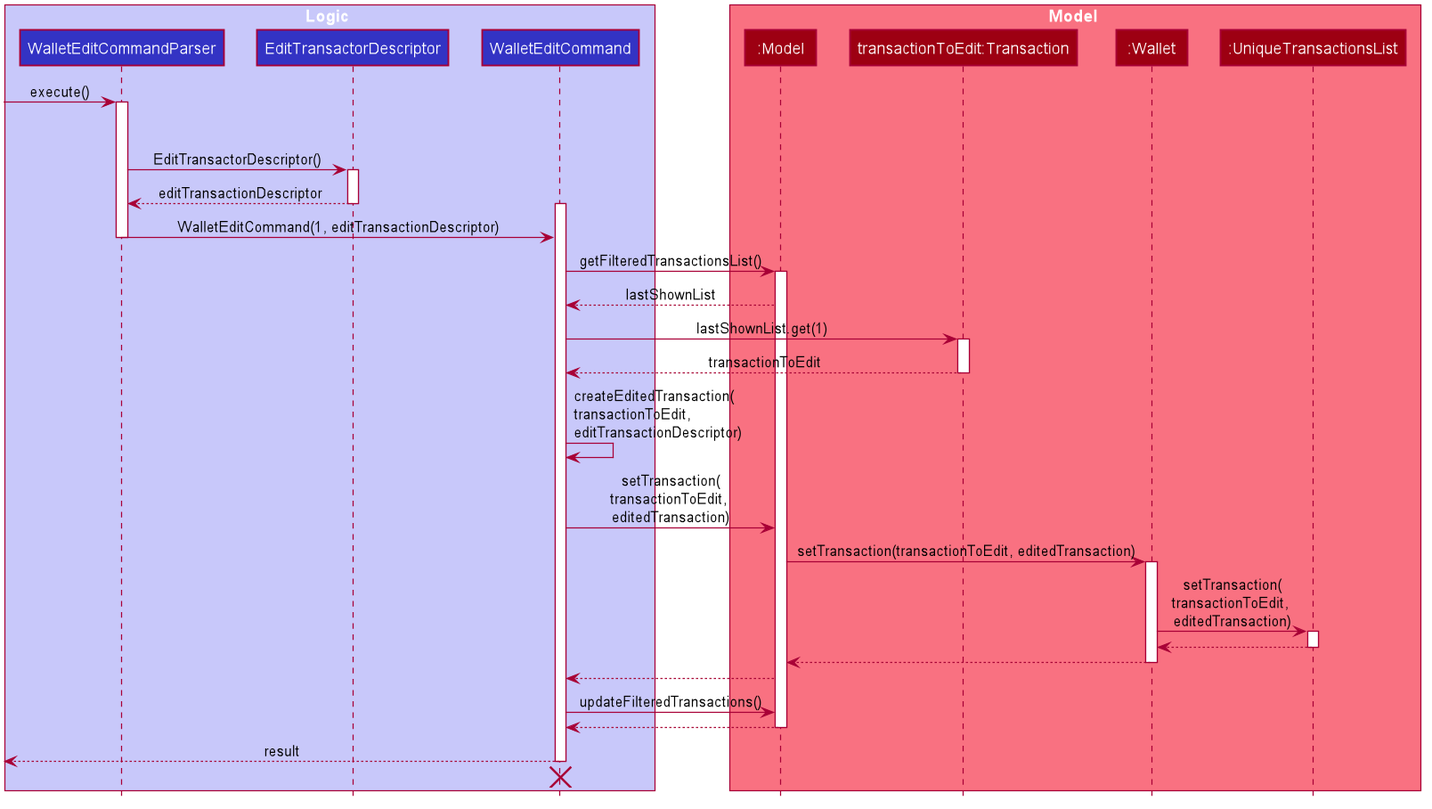
Above: docs/images/WalletEditSequenceDiagram.png in syinyichen/main (PlantUML), before the change. The source it was exported from:
```plantuml
@startuml








skinparam BackgroundColor #FFFFFFF

skinparam Shadowing false

skinparam Class {
    FontColor #FFFFFF
    BorderThickness 1
    BorderColor #FFFFFF
    StereotypeFontColor #FFFFFF
    FontName Arial
}

skinparam Actor {
    BorderColor #000000
    Color #000000
    FontName Arial
}

skinparam Sequence {
    MessageAlign center
    BoxFontSize 15
    BoxPadding 0
    BoxFontColor #FFFFFF
    FontName Arial
}

skinparam Participant {
    FontColor #FFFFFFF
    Padding 20
}

skinparam MinClassWidth 50
skinparam ParticipantPadding 10
skinparam Shadowing false
skinparam DefaultTextAlignment center
skinparam packageStyle Rectangle

hide footbox
hide members
hide circle

box Logic #C8C8FA
participant "WalletEditCommandParser" as WalletEditCommandParser #3333C4
participant "EditTransactorDescriptor" as EditTransactorDescriptor #3333C4
participant "WalletEditCommand" as WalletEditCommand #3333C4
end box

box Model #F97181
participant ":Model" as Model #9D0012
participant "transactionToEdit:Transaction" as transactionToEdit #9D0012
participant ":Wallet" as Wallet #9D0012
participant ":UniqueTransactionsList" as UniqueTransactionsList #9D0012
end box

[-> WalletEditCommandParser : execute()
activate WalletEditCommandParser

[-[hidden]> WalletEditCommand : a very long long text

WalletEditCommandParser -> EditTransactorDescriptor : EditTransactorDescriptor()
activate EditTransactorDescriptor

EditTransactorDescriptor --> WalletEditCommandParser : editTransactionDescriptor
deactivate EditTransactorDescriptor
activate WalletEditCommand

WalletEditCommandParser -> WalletEditCommand : WalletEditCommand(1, editTransactionDescriptor)
deactivate WalletEditCommandParser

WalletEditCommand -> Model : getFilteredTransactionsList()
activate Model

Model --> WalletEditCommand : lastShownList

WalletEditCommand -> transactionToEdit : lastShownList.get(1)
activate transactionToEdit

transactionToEdit --> WalletEditCommand : transactionToEdit
deactivate transactionToEdit

WalletEditCommand -> WalletEditCommand : createEditedTransaction(\ntransactionToEdit, \neditTransactionDescriptor)


WalletEditCommand -> Model : setTransaction(\ntransactionToEdit, \neditedTransaction)

Model -> Wallet : setTransaction(transactionToEdit, editedTransaction)
activate Wallet

Wallet -> UniqueTransactionsList : setTransaction(\ntransactionToEdit, \neditedTransaction)
activate UniqueTransactionsList

UniqueTransactionsList --> Wallet
deactivate UniqueTransactionsList

Wallet --> Model
deactivate Wallet

Model --> WalletEditCommand

WalletEditCommand -> Model : updateFilteredTransactions()

Model --> WalletEditCommand
deactivate Model

[<--WalletEditCommand : result
deactivate WalletEditCommand
[<-[hidden]-WalletEditCommand
destroy WalletEditCommand

@enduml
```
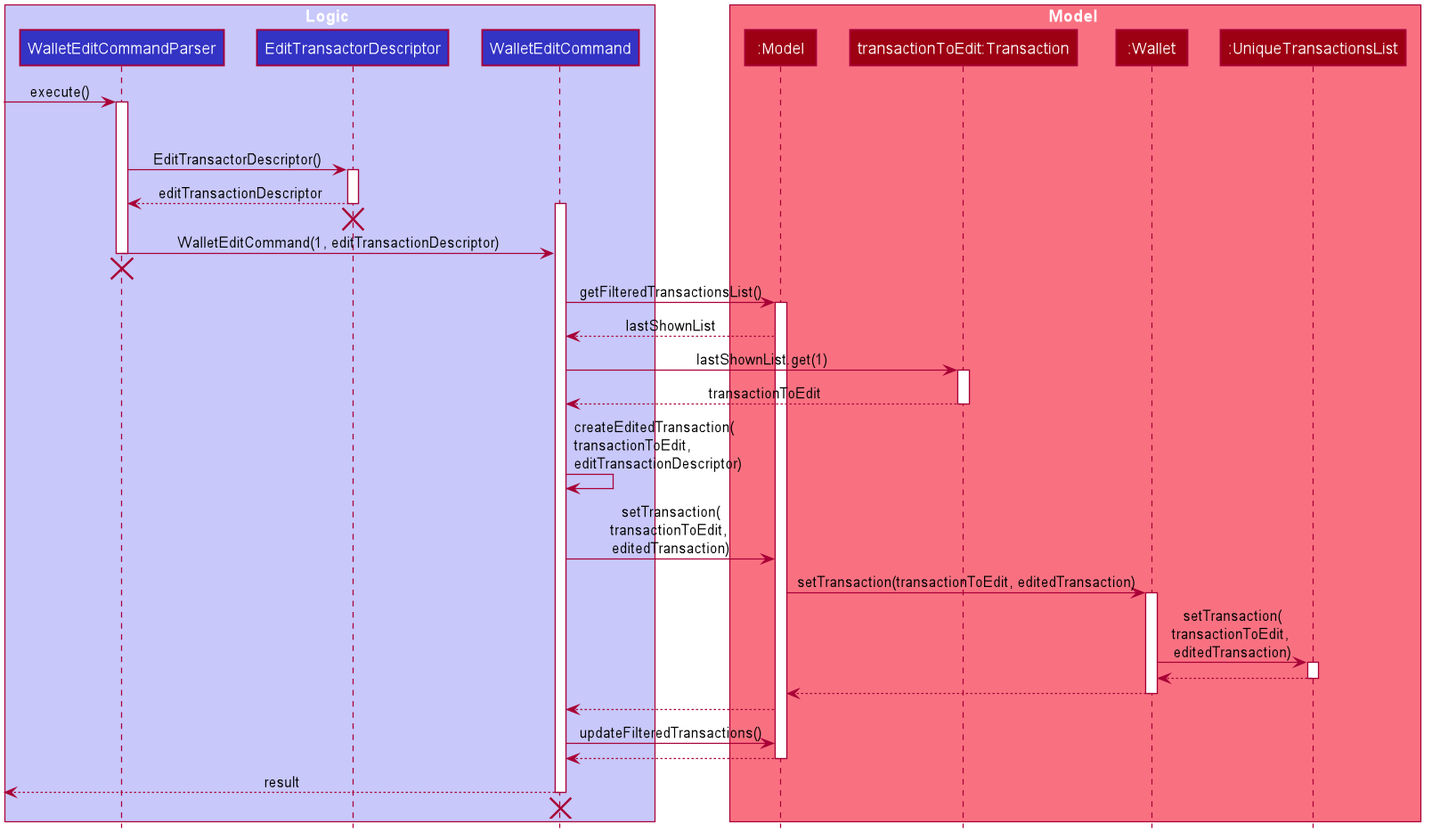
Later version of the same file.

Commit message:
Added seuqence diagram for wallet edit

Diff of the diagram source:
```diff
@@ -72,9 +72,13 @@
 EditTransactorDescriptor --> WalletEditCommandParser : editTransactionDescriptor
 deactivate EditTransactorDescriptor
 activate WalletEditCommand
+[-[hidden]> WalletEditCommand :
+destroy EditTransactorDescriptor
 
 WalletEditCommandParser -> WalletEditCommand : WalletEditCommand(1, editTransactionDescriptor)
 deactivate WalletEditCommandParser
+[-[hidden]> WalletEditCommand :
+destroy WalletEditCommandParser
 
 WalletEditCommand -> Model : getFilteredTransactionsList()
 activate Model
```
